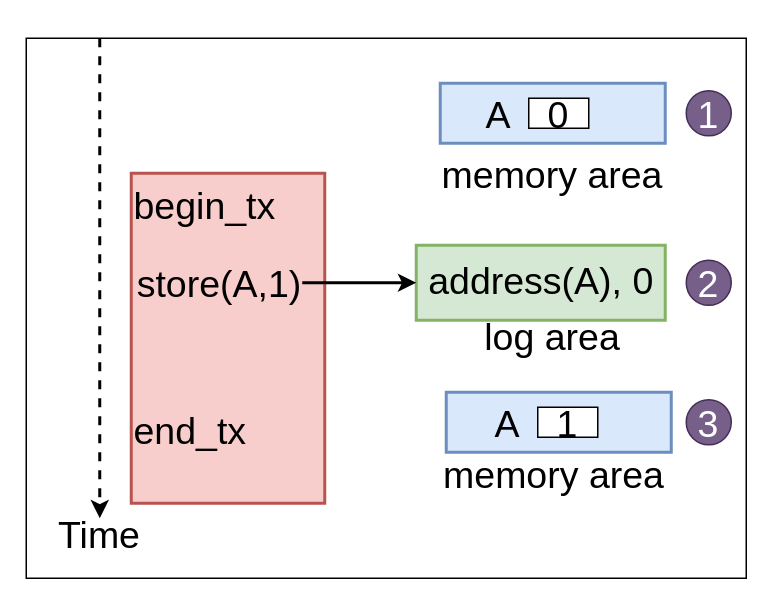
This is undo_1.drawio from arunkp1986/CAR3S, a draw.io file, before an edit. Source tidied: cells renumbered, new cells numbered last; positions are measured from the earlier drawing's top-left corner, leaving out a move shared by most shapes. Both pictures are drawn from the tidied source at 150%, with x=0, y=0 at pixel (26, 38).
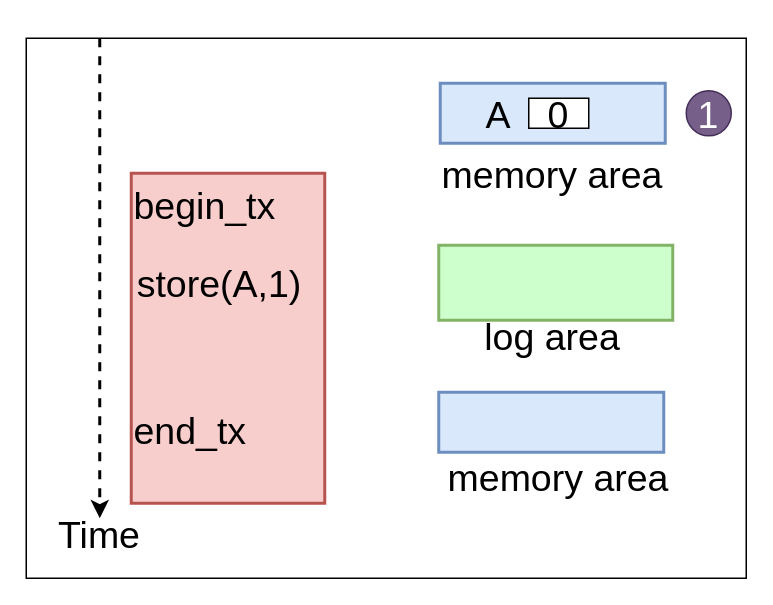
The same diagram, later.

The change refers to these unchanged cells:
```xml
<mxCell id="12" value="store(A,1)" style="text;html=1;strokeColor=none;fillColor=none;align=center;verticalAlign=middle;whiteSpace=wrap;rounded=0;fontSize=25;fontStyle=0;" parent="1" vertex="1">
  <mxGeometry x="74" y="153" width="110" height="20" as="geometry" />
</mxCell>
```

What changed in the source:
```diff
@@
-    <mxCell id="3" style="rounded=0;whiteSpace=wrap;html=1;fillColor=#d5e8d4;strokeColor=#82b366;strokeWidth=2;fontStyle=0;fontSize=25;" parent="1" vertex="1">
-      <mxGeometry x="260" y="138" width="166" height="50" as="geometry" />
-    </mxCell>
@@
     <mxCell id="7" style="rounded=0;whiteSpace=wrap;html=1;fontSize=25;fillColor=#dae8fc;strokeColor=#6c8ebf;strokeWidth=2;fontStyle=0;" parent="1" vertex="1">
-      <mxGeometry x="280" y="236" width="150" height="40" as="geometry" />
+      <mxGeometry x="275" y="236" width="150" height="40" as="geometry" />
     </mxCell>
@@
-    <mxCell id="11" style="edgeStyle=orthogonalEdgeStyle;rounded=0;jettySize=auto;html=1;entryX=0;entryY=0.5;entryDx=0;entryDy=0;fontSize=25;fontColor=#000000;strokeWidth=2;fontStyle=0;" parent="1" edge="1" source="12" target="3">
-      <mxGeometry relative="1" as="geometry" />
-    </mxCell>
@@
-    <mxCell id="13" value="address(A), 0" style="text;html=1;strokeColor=none;fillColor=none;align=center;verticalAlign=middle;whiteSpace=wrap;rounded=0;fontSize=25;fontStyle=0;" parent="1" vertex="1">
-      <mxGeometry x="261" y="151" width="165" height="20" as="geometry" />
-    </mxCell>
     <mxCell id="14" value="memory area" style="text;html=1;strokeColor=none;fillColor=none;align=center;verticalAlign=middle;whiteSpace=wrap;rounded=0;fontSize=25;fontStyle=0;" parent="1" vertex="1">
-      <mxGeometry x="277" y="280" width="150" height="20" as="geometry" />
+      <mxGeometry x="280" y="282" width="150" height="20" as="geometry" />
     </mxCell>
@@
-    <mxCell id="16" value="3" style="ellipse;whiteSpace=wrap;html=1;fontSize=25;fontColor=#ffffff;fillColor=#76608a;align=center;fontStyle=0;strokeColor=#432D57;" parent="1" vertex="1">
-      <mxGeometry x="440" y="241" width="30" height="30" as="geometry" />
-    </mxCell>
-    <mxCell id="17" value="2" style="ellipse;whiteSpace=wrap;html=1;fontSize=25;fontColor=#ffffff;fillColor=#76608a;align=center;fontStyle=0;strokeColor=#432D57;" parent="1" vertex="1">
-      <mxGeometry x="440" y="148" width="30" height="30" as="geometry" />
-    </mxCell>
@@
-    <mxCell id="20" value="1" style="rounded=0;whiteSpace=wrap;html=1;fontSize=25;fontColor=#000000;fillColor=#FFFFFF;align=center;fontStyle=0;" parent="1" vertex="1">
-      <mxGeometry x="341" y="246" width="40" height="20" as="geometry" />
-    </mxCell>
-    <mxCell id="21" value="A" style="text;html=1;strokeColor=none;fillColor=none;align=center;verticalAlign=middle;whiteSpace=wrap;rounded=0;fontSize=25;fontColor=#000000;fontStyle=0;" parent="1" vertex="1">
-      <mxGeometry x="301" y="246" width="40" height="20" as="geometry" />
-    </mxCell>
+    <mxCell id="22" style="rounded=0;whiteSpace=wrap;html=1;fillColor=#CCFFCC;strokeColor=#82b366;strokeWidth=2;fontStyle=0;fontSize=25;" parent="1" vertex="1">
+      <mxGeometry x="275" y="138" width="156" height="50" as="geometry" />
+    </mxCell>
```
